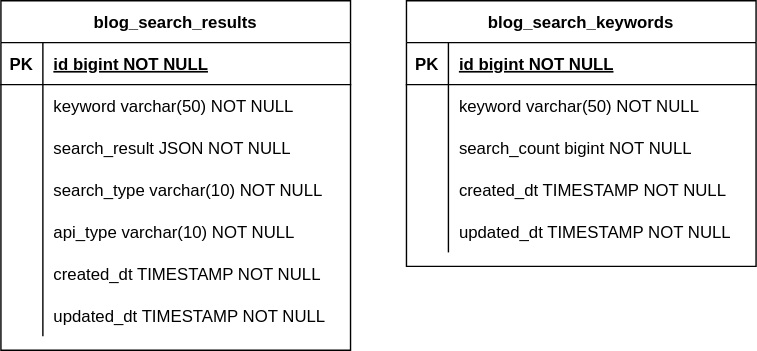
Earlier version of the draw.io export blog-search-erd.svg (ChangwookYang/blog-search-service). Source tidied: cells renumbered, new cells last; positions are measured from the earlier drawing's top-left corner, leaving out a move shared by most shapes.
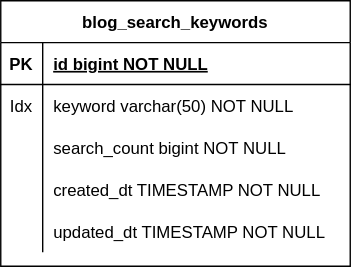
Later version of the same file.

Commit message:
#26 - 엔티티 삭제에 따른 ERD 수정

The edit, as a diff of the source:
```diff
@@ -17,7 +17,7 @@
     <mxCell id="6" style="shape=partialRectangle;fillColor=none;top=0;left=0;right=0;bottom=0;" parent="2" vertex="1">
       <mxGeometry y="60" width="250" height="30" as="geometry" />
     </mxCell>
-    <mxCell id="7" style="shape=partialRectangle;overflow=hidden;fillColor=none;top=0;left=0;bottom=0;right=0;" parent="6" vertex="1">
+    <mxCell id="7" value="Idx" style="shape=partialRectangle;overflow=hidden;fillColor=none;top=0;left=0;bottom=0;right=0;" parent="6" vertex="1">
       <mxGeometry width="30" height="30" as="geometry" />
     </mxCell>
     <mxCell id="8" value="keyword varchar(50) NOT NULL" style="shape=partialRectangle;overflow=hidden;fillColor=none;top=0;left=0;bottom=0;right=0;align=left;spacingLeft=6;" parent="6" vertex="1">
@@ -50,71 +50,5 @@
     <mxCell id="17" value="updated_dt TIMESTAMP NOT NULL" style="shape=partialRectangle;overflow=hidden;fillColor=none;top=0;left=0;bottom=0;right=0;align=left;spacingLeft=6;" parent="15" vertex="1">
       <mxGeometry x="30" width="220" height="30" as="geometry" />
     </mxCell>
-    <mxCell id="18" value="blog_search_results" style="shape=table;startSize=30;rowLines=0;fontStyle=1;align=center;" parent="1" vertex="1">
-      <mxGeometry width="250" height="250" as="geometry" />
-    </mxCell>
-    <mxCell id="19" style="shape=partialRectangle;fillColor=none;top=0;left=0;right=0;bottom=1;" parent="18" vertex="1">
-      <mxGeometry y="30" width="250" height="30" as="geometry" />
-    </mxCell>
-    <mxCell id="20" value="PK" style="shape=partialRectangle;overflow=hidden;fillColor=none;top=0;left=0;bottom=0;right=0;fontStyle=1;" parent="19" vertex="1">
-      <mxGeometry width="30" height="30" as="geometry" />
-    </mxCell>
-    <mxCell id="21" value="id bigint NOT NULL " style="shape=partialRectangle;overflow=hidden;fillColor=none;top=0;left=0;bottom=0;right=0;align=left;spacingLeft=6;fontStyle=5;" parent="19" vertex="1">
-      <mxGeometry x="30" width="220" height="30" as="geometry" />
-    </mxCell>
-    <mxCell id="22" style="shape=partialRectangle;fillColor=none;top=0;left=0;right=0;bottom=0;" parent="18" vertex="1">
-      <mxGeometry y="60" width="250" height="30" as="geometry" />
-    </mxCell>
-    <mxCell id="23" style="shape=partialRectangle;overflow=hidden;fillColor=none;top=0;left=0;bottom=0;right=0;" parent="22" vertex="1">
-      <mxGeometry width="30" height="30" as="geometry" />
-    </mxCell>
-    <mxCell id="24" value="keyword varchar(50) NOT NULL" style="shape=partialRectangle;overflow=hidden;fillColor=none;top=0;left=0;bottom=0;right=0;align=left;spacingLeft=6;" parent="22" vertex="1">
-      <mxGeometry x="30" width="220" height="30" as="geometry" />
-    </mxCell>
-    <mxCell id="25" style="shape=partialRectangle;fillColor=none;top=0;left=0;right=0;bottom=0;" parent="18" vertex="1">
-      <mxGeometry y="90" width="250" height="30" as="geometry" />
-    </mxCell>
-    <mxCell id="26" style="shape=partialRectangle;overflow=hidden;fillColor=none;top=0;left=0;bottom=0;right=0;" parent="25" vertex="1">
-      <mxGeometry width="30" height="30" as="geometry" />
-    </mxCell>
-    <mxCell id="27" value="search_result JSON NOT NULL" style="shape=partialRectangle;overflow=hidden;fillColor=none;top=0;left=0;bottom=0;right=0;align=left;spacingLeft=6;" parent="25" vertex="1">
-      <mxGeometry x="30" width="220" height="30" as="geometry" />
-    </mxCell>
-    <mxCell id="28" style="shape=partialRectangle;fillColor=none;top=0;left=0;right=0;bottom=0;" parent="18" vertex="1">
-      <mxGeometry y="120" width="250" height="30" as="geometry" />
-    </mxCell>
-    <mxCell id="29" style="shape=partialRectangle;overflow=hidden;fillColor=none;top=0;left=0;bottom=0;right=0;" parent="28" vertex="1">
-      <mxGeometry width="30" height="30" as="geometry" />
-    </mxCell>
-    <mxCell id="30" value="search_type varchar(10) NOT NULL" style="shape=partialRectangle;overflow=hidden;fillColor=none;top=0;left=0;bottom=0;right=0;align=left;spacingLeft=6;" parent="28" vertex="1">
-      <mxGeometry x="30" width="220" height="30" as="geometry" />
-    </mxCell>
-    <mxCell id="31" style="shape=partialRectangle;fillColor=none;top=0;left=0;right=0;bottom=0;" parent="18" vertex="1">
-      <mxGeometry y="150" width="250" height="30" as="geometry" />
-    </mxCell>
-    <mxCell id="32" style="shape=partialRectangle;overflow=hidden;fillColor=none;top=0;left=0;bottom=0;right=0;" parent="31" vertex="1">
-      <mxGeometry width="30" height="30" as="geometry" />
-    </mxCell>
-    <mxCell id="33" value="api_type varchar(10) NOT NULL" style="shape=partialRectangle;overflow=hidden;fillColor=none;top=0;left=0;bottom=0;right=0;align=left;spacingLeft=6;" parent="31" vertex="1">
-      <mxGeometry x="30" width="220" height="30" as="geometry" />
-    </mxCell>
-    <mxCell id="34" style="shape=partialRectangle;fillColor=none;top=0;left=0;right=0;bottom=0;" parent="18" vertex="1">
-      <mxGeometry y="180" width="250" height="30" as="geometry" />
-    </mxCell>
-    <mxCell id="35" style="shape=partialRectangle;overflow=hidden;fillColor=none;top=0;left=0;bottom=0;right=0;" parent="34" vertex="1">
-      <mxGeometry width="30" height="30" as="geometry" />
-    </mxCell>
-    <mxCell id="36" value="created_dt TIMESTAMP NOT NULL" style="shape=partialRectangle;overflow=hidden;fillColor=none;top=0;left=0;bottom=0;right=0;align=left;spacingLeft=6;" parent="34" vertex="1">
-      <mxGeometry x="30" width="220" height="30" as="geometry" />
-    </mxCell>
-    <mxCell id="37" style="shape=partialRectangle;fillColor=none;top=0;left=0;right=0;bottom=0;" parent="18" vertex="1">
-      <mxGeometry y="210" width="250" height="30" as="geometry" />
-    </mxCell>
-    <mxCell id="38" style="shape=partialRectangle;overflow=hidden;fillColor=none;top=0;left=0;bottom=0;right=0;" parent="37" vertex="1">
-      <mxGeometry width="30" height="30" as="geometry" />
-    </mxCell>
-    <mxCell id="39" value="updated_dt TIMESTAMP NOT NULL" style="shape=partialRectangle;overflow=hidden;fillColor=none;top=0;left=0;bottom=0;right=0;align=left;spacingLeft=6;" parent="37" vertex="1">
-      <mxGeometry x="30" width="220" height="30" as="geometry" />
-    </mxCell>
   </root>
 </mxGraphModel>
```
